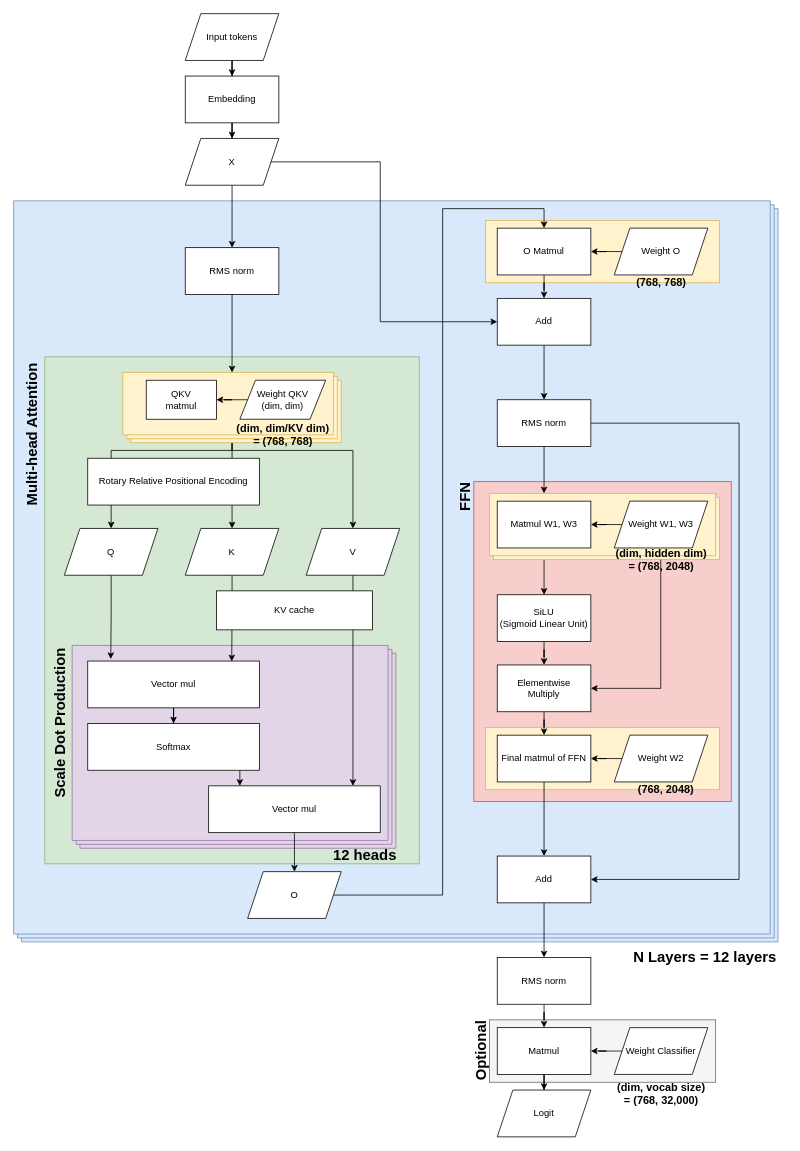
Above: page "Page-1" (1 of 2) of llama2.c.drawio in yw9865/drawio (draw.io), before the change. Source tidied: cells renumbered, new cells numbered last; positions are measured from the earlier drawing's top-left corner, leaving out a move shared by most shapes. Both pictures are drawn from the tidied source at 78%, with x=0, y=0 at pixel (-49, 13).
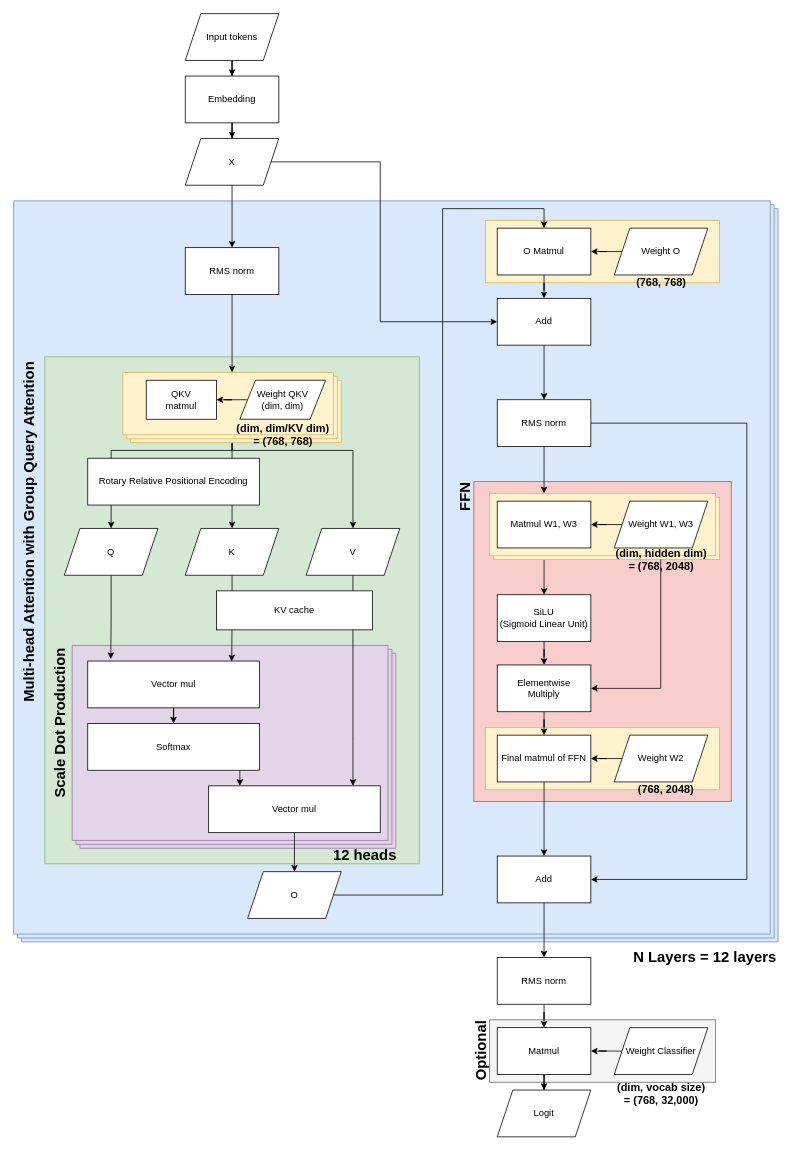
Above is the later version.

Commit message (it also covers changes not shown here):
llama2.c: Annotate group query attention

The change refers to these unchanged cells:
```xml
<mxCell id="53" value="RMS norm" style="whiteSpace=wrap;html=1;" parent="1" vertex="1">
  <mxGeometry x="700" y="495" width="120" height="60" as="geometry" />
</mxCell>
<mxCell id="72" value="Add" style="whiteSpace=wrap;html=1;" parent="1" vertex="1">
  <mxGeometry x="700" y="1080" width="120" height="60" as="geometry" />
</mxCell>
```

Change to the diagram source:
```diff
@@
     <mxCell id="52" style="edgeStyle=orthogonalEdgeStyle;rounded=0;jettySize=auto;html=1;" parent="1" edge="1" source="53" target="72">
       <mxGeometry relative="1" as="geometry">
         <Array as="points">
-          <mxPoint x="1010" y="525" />
-          <mxPoint x="1010" y="1110" />
+          <mxPoint x="1020" y="525" />
+          <mxPoint x="1020" y="1110" />
         </Array>
       </mxGeometry>
     </mxCell>
@@
-    <mxCell id="77" value="&lt;font size=&quot;1&quot; style=&quot;&quot;&gt;&lt;b style=&quot;font-size: 19px;&quot;&gt;Multi-head Attention&lt;/b&gt;&lt;/font&gt;" style="text;html=1;align=center;verticalAlign=middle;strokeColor=none;fillColor=none;rotation=-90;" parent="1" vertex="1">
-      <mxGeometry y="520" width="210" height="40" as="geometry" />
+    <mxCell id="77" value="&lt;font size=&quot;1&quot; style=&quot;&quot;&gt;&lt;b style=&quot;font-size: 19px;&quot;&gt;Multi-head Attention with Group Query Attention&lt;/b&gt;&lt;/font&gt;" style="text;html=1;align=center;verticalAlign=middle;strokeColor=none;fillColor=none;rotation=-90;" parent="1" vertex="1">
+      <mxGeometry x="-130" y="645" width="460" height="40" as="geometry" />
     </mxCell>
```
